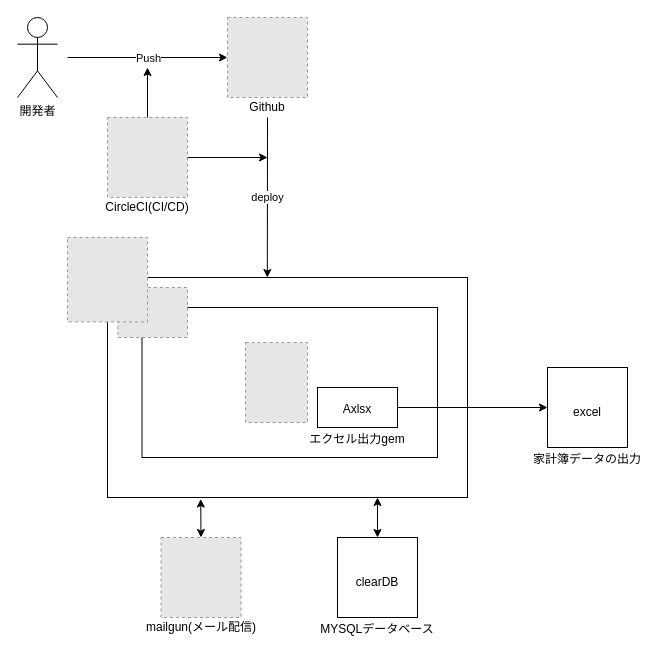
matsu1226/kyodokoza keeps this draw.io diagram as system-configuration-diagram.drawio. Above is the earlier version. Source tidied: cells renumbered, new cells numbered last; positions are measured from the earlier drawing's top-left corner, leaving out a move shared by most shapes. Both pictures are drawn from the tidied source at 100%, with x=0, y=0 at pixel (17, 17). Pictures stored in the file or linked from it are replaced by grey dashed boxes.
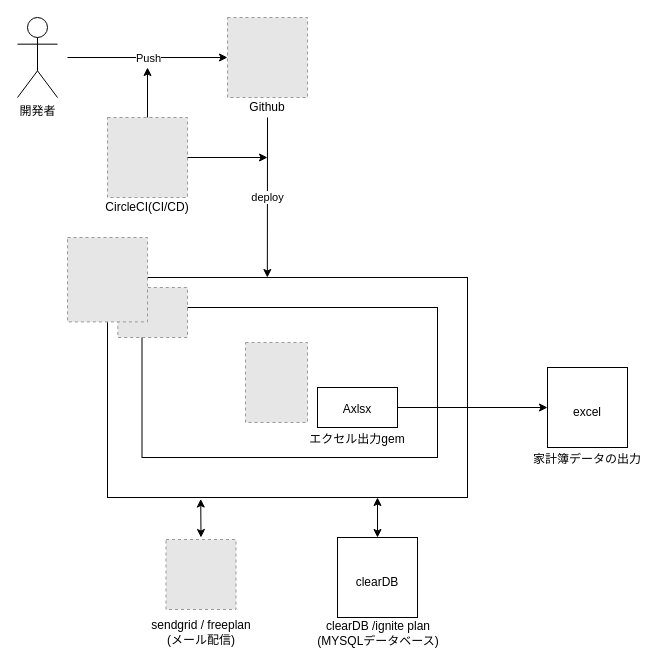
The same diagram, later.

The change refers to these unchanged cells:
```xml
<mxCell id="2" style="rounded=0;whiteSpace=wrap;html=1;" parent="1" vertex="1">
  <mxGeometry x="90" y="260" width="360" height="220" as="geometry" />
</mxCell>
```

What changed in the source:
```diff
@@
-    <mxCell id="15" style="fillColor=#E6E6E6;strokeColor=#999999;dashed=1;verticalLabelPosition=bottom;labelBackgroundColor=#ffffff;verticalAlign=top;" parent="1" vertex="1">
-      <mxGeometry x="143.5" y="520" width="80" height="80" as="geometry" />
-    </mxCell>
-    <mxCell id="16" value="mailgun(メール配信)" style="text;html=1;strokeColor=none;fillColor=none;align=center;verticalAlign=middle;whiteSpace=wrap;rounded=0;" parent="1" vertex="1">
-      <mxGeometry x="123.5" y="600" width="120" height="20" as="geometry" />
+    <mxCell id="16" value="sendgrid / freeplan&lt;br&gt;(メール配信)" style="text;html=1;strokeColor=none;fillColor=none;align=center;verticalAlign=middle;whiteSpace=wrap;rounded=0;" parent="1" vertex="1">
+      <mxGeometry x="123.5" y="605" width="120" height="20" as="geometry" />
     </mxCell>
@@
-    <mxCell id="20" value="MYSQLデータベース" style="text;html=1;strokeColor=none;fillColor=none;align=center;verticalAlign=middle;whiteSpace=wrap;rounded=0;" parent="1" vertex="1">
-      <mxGeometry x="300" y="602" width="120" height="20" as="geometry" />
+    <mxCell id="20" value="clearDB /ignite plan&lt;br&gt;(MYSQLデータベース)" style="text;html=1;strokeColor=none;fillColor=none;align=center;verticalAlign=middle;whiteSpace=wrap;rounded=0;" parent="1" vertex="1">
+      <mxGeometry x="296" y="606" width="130" height="20" as="geometry" />
     </mxCell>
@@
-    <mxCell id="30" style="endArrow=classic;startArrow=classic;html=1;exitX=0.5;exitY=0;exitDx=0;exitDy=0;entryX=0.259;entryY=1.007;entryDx=0;entryDy=0;entryPerimeter=0;" parent="1" edge="1" source="15" target="2">
-      <mxGeometry relative="1" as="geometry" />
+    <mxCell id="30" style="endArrow=classic;startArrow=classic;html=1;exitX=0.5;exitY=0;exitDx=0;exitDy=0;entryX=0.259;entryY=1.007;entryDx=0;entryDy=0;entryPerimeter=0;" parent="1" edge="1" target="2">
+      <mxGeometry relative="1" as="geometry">
+        <mxPoint x="183.5" y="520" as="sourcePoint" />
+      </mxGeometry>
     </mxCell>
@@
+    <mxCell id="32" style="fillColor=#E6E6E6;strokeColor=#999999;dashed=1;verticalLabelPosition=bottom;labelBackgroundColor=#ffffff;verticalAlign=top;" parent="1" vertex="1">
+      <mxGeometry x="148.5" y="522" width="70" height="70" as="geometry" />
+    </mxCell>
```
